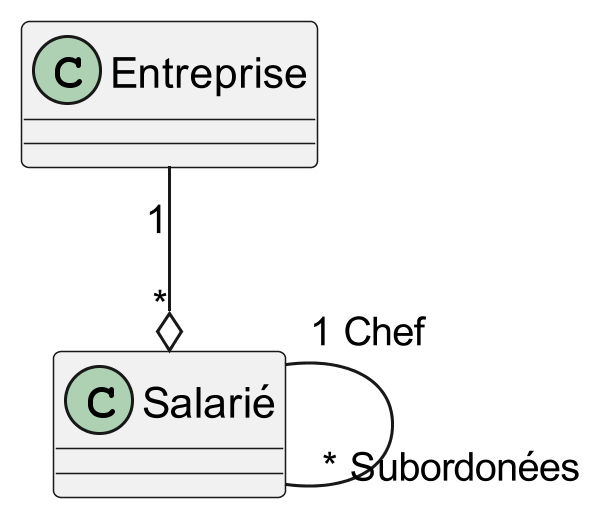
thomasGuibert/Cours-Design keeps this PlantUML diagram as S3/assets/build/entreprise.png. Above is the earlier version. The source it was exported from:
```plantuml
@startuml entreprise
scale 600*600


Entreprise "1" --o "*" Salarié
Salarié "1 Chef" -- " * Subordonées" Salarié
@enduml
```
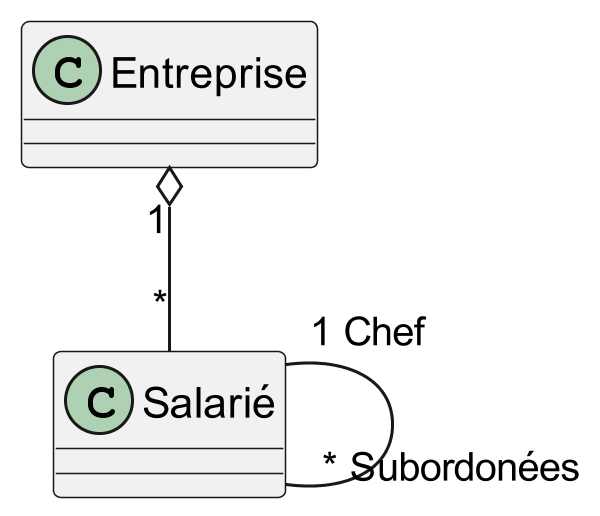
After the change.

The edit, as a diff of the source:
```diff
@@ -2,6 +2,6 @@
 scale 600*600
 
 
-Entreprise "1" --o "*" Salarié
+Entreprise "1" o-- "*" Salarié
 Salarié "1 Chef" -- " * Subordonées" Salarié
 @enduml
```
